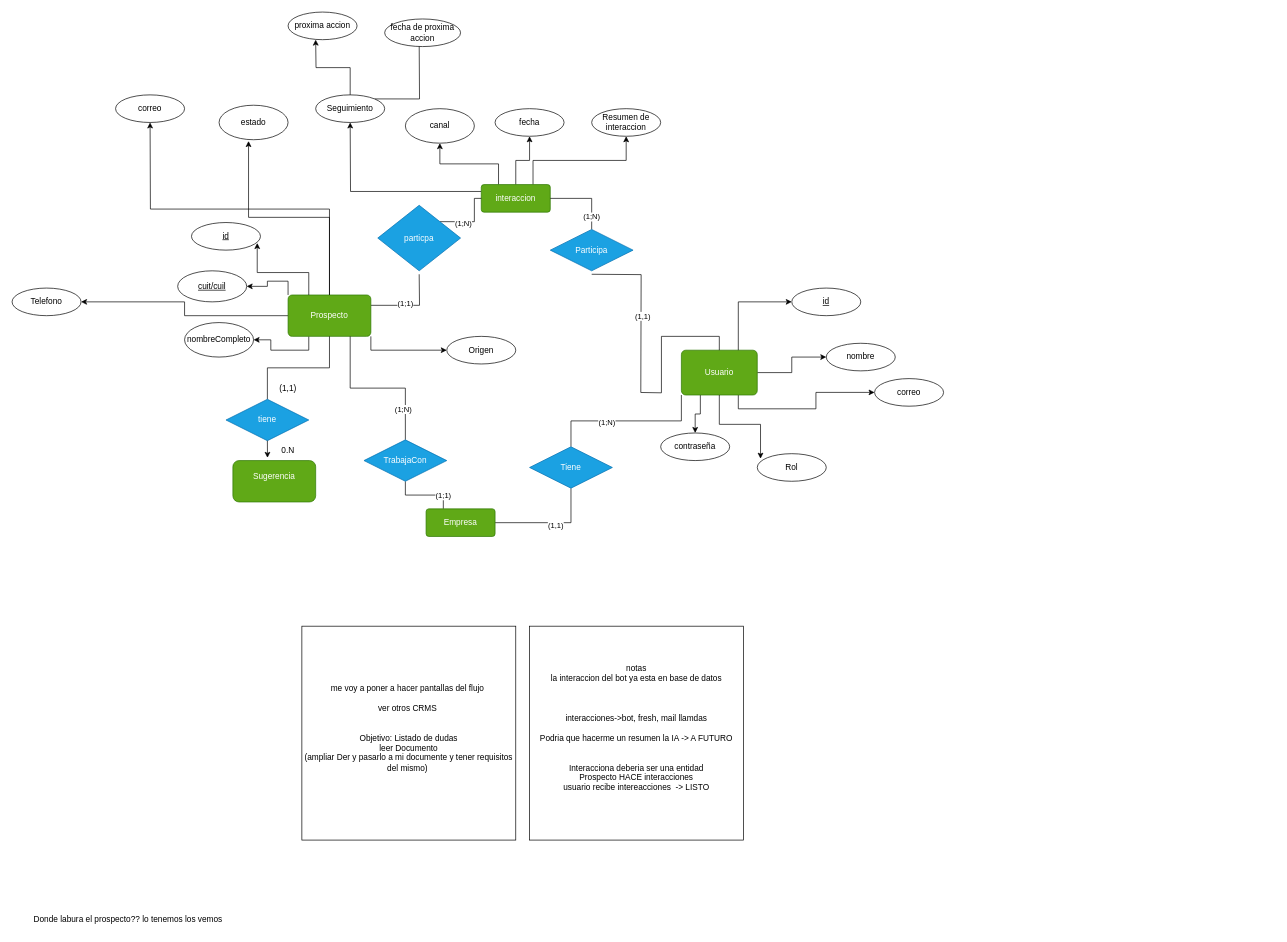
Before: docs/datatabase/bdd.drawio in juanbalella20/CRM-INTERNO-SOS, a draw.io diagram. Source tidied: cells renumbered, new cells numbered last; positions are measured from the earlier drawing's top-left corner, leaving out a move shared by most shapes. Both pictures are drawn from the tidied source at 69%, with x=0, y=0 at pixel (12, 12).
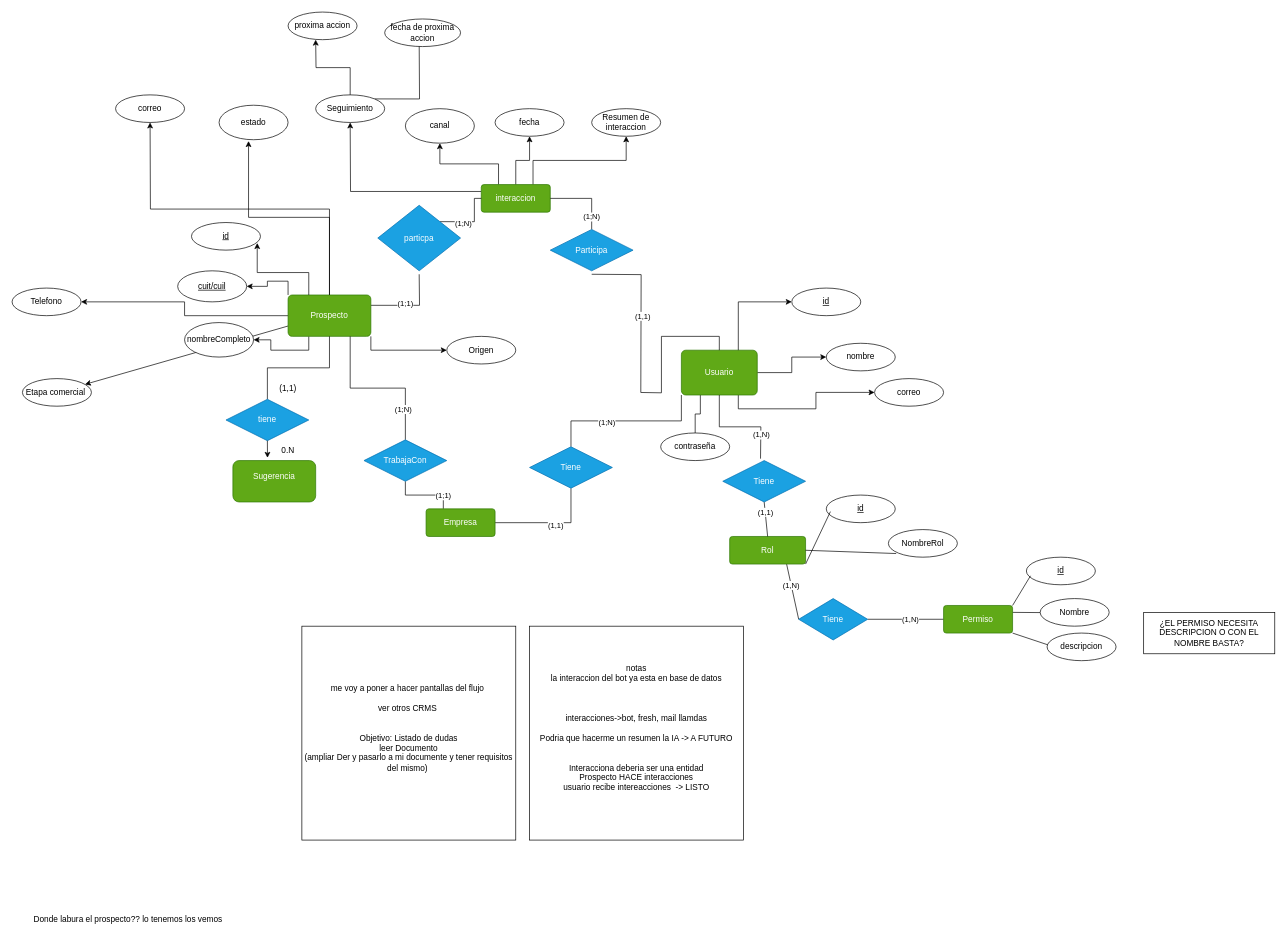
The same page after the edit.

The change refers to these unchanged cells:
```xml
<mxCell id="9" value="Prospecto" style="rounded=1;arcSize=10;whiteSpace=wrap;html=1;align=center;fillColor=#60a917;fontColor=#ffffff;strokeColor=#2D7600;" parent="1" vertex="1">
  <mxGeometry x="400" y="410" width="120" height="60" as="geometry" />
</mxCell>
<mxCell id="13" value="Usuario" style="rounded=1;arcSize=10;whiteSpace=wrap;html=1;align=center;fillColor=#60a917;fontColor=#ffffff;strokeColor=#2D7600;" parent="1" vertex="1">
  <mxGeometry x="970" y="490" width="110" height="65" as="geometry" />
</mxCell>
<mxCell id="36" value="nombre" style="ellipse;whiteSpace=wrap;html=1;align=center;" parent="1" vertex="1">
  <mxGeometry x="1180" y="480" width="100" height="40" as="geometry" />
</mxCell>
<mxCell id="42" value="contraseña" style="ellipse;whiteSpace=wrap;html=1;align=center;" parent="1" vertex="1">
  <mxGeometry x="940" y="610" width="100" height="40" as="geometry" />
</mxCell>
```

Diff of the diagram source:
```diff
@@
-<mxGraphModel>
+<mxGraphModel background="#ffffff">
@@
+    <mxCell id="73" style="edgeStyle=none;html=1;exitX=0;exitY=0.75;exitDx=0;exitDy=0;" parent="1" edge="1" source="9" target="95">
+      <mxGeometry relative="1" as="geometry" />
+    </mxCell>
@@
-    <mxCell id="10" style="edgeStyle=orthogonalEdgeStyle;rounded=0;jettySize=auto;html=1;exitX=1;exitY=0.5;exitDx=0;exitDy=0;" parent="1" edge="1" source="13" target="36">
+    <mxCell id="10" style="edgeStyle=orthogonalEdgeStyle;rounded=0;jettySize=auto;html=1;exitX=1;exitY=0.5;exitDx=0;exitDy=0;endArrow=classic;endFill=1;" parent="1" edge="1" source="13" target="36">
       <mxGeometry relative="1" as="geometry" />
     </mxCell>
@@
-    <mxCell id="12" style="edgeStyle=orthogonalEdgeStyle;rounded=0;jettySize=auto;html=1;exitX=0.25;exitY=1;exitDx=0;exitDy=0;entryX=0.5;entryY=0;entryDx=0;entryDy=0;" parent="1" edge="1" source="13" target="42">
+    <mxCell id="12" style="edgeStyle=orthogonalEdgeStyle;rounded=0;jettySize=auto;html=1;exitX=0.25;exitY=1;exitDx=0;exitDy=0;entryX=0.5;entryY=0;entryDx=0;entryDy=0;endArrow=none;endFill=0;" parent="1" edge="1" source="13" target="42">
       <mxGeometry relative="1" as="geometry" />
     </mxCell>
@@
-    <mxCell id="44" value="Rol" style="ellipse;whiteSpace=wrap;html=1;align=center;" parent="1" vertex="1">
-      <mxGeometry x="1080" y="640" width="100" height="40" as="geometry" />
-    </mxCell>
-    <mxCell id="45" style="edgeStyle=orthogonalEdgeStyle;rounded=0;jettySize=auto;html=1;exitX=0.5;exitY=1;exitDx=0;exitDy=0;entryX=0.047;entryY=0.181;entryDx=0;entryDy=0;entryPerimeter=0;" parent="1" edge="1" source="13" target="44">
-      <mxGeometry relative="1" as="geometry" />
+    <mxCell id="45" style="edgeStyle=orthogonalEdgeStyle;rounded=0;jettySize=auto;html=1;exitX=0.5;exitY=1;exitDx=0;exitDy=0;entryX=0.047;entryY=0.181;entryDx=0;entryDy=0;entryPerimeter=0;endArrow=none;endFill=0;" parent="1" edge="1" source="13">
+      <mxGeometry relative="1" as="geometry">
+        <mxPoint x="1084.7" y="647.2" as="targetPoint" />
+      </mxGeometry>
     </mxCell>
+    <mxCell id="74" value="(1,N)" style="edgeLabel;html=1;align=center;verticalAlign=middle;" parent="45" vertex="1">
+      <mxGeometry x="0.55" relative="1" as="geometry" />
+    </mxCell>
@@
+    <mxCell id="75" style="edgeStyle=none;html=1;exitX=0.75;exitY=1;exitDx=0;exitDy=0;entryX=0;entryY=0.5;entryDx=0;entryDy=0;endArrow=none;endFill=0;" parent="1" edge="1" source="44" target="86">
+      <mxGeometry relative="1" as="geometry" />
+    </mxCell>
+    <mxCell id="76" value="(1,N)" style="edgeLabel;html=1;align=center;verticalAlign=middle;" parent="75" vertex="1">
+      <mxGeometry x="-0.25" y="-1" relative="1" as="geometry" />
+    </mxCell>
+    <mxCell id="44" value="Rol" style="rounded=1;arcSize=10;whiteSpace=wrap;html=1;align=center;fillColor=#60a917;fontColor=#ffffff;strokeColor=#2D7600;" parent="1" vertex="1">
+      <mxGeometry x="1040" y="760" width="110" height="40" as="geometry" />
+    </mxCell>
+    <mxCell id="77" style="edgeStyle=none;html=1;exitX=0.5;exitY=1;exitDx=0;exitDy=0;entryX=0.5;entryY=0;entryDx=0;entryDy=0;endArrow=none;endFill=0;" parent="1" edge="1" source="79" target="44">
+      <mxGeometry relative="1" as="geometry" />
+    </mxCell>
+    <mxCell id="78" value="(1,1)" style="edgeLabel;html=1;align=center;verticalAlign=middle;" parent="77" vertex="1">
+      <mxGeometry x="-0.4" relative="1" as="geometry" />
+    </mxCell>
+    <mxCell id="79" value="Tiene" style="shape=rhombus;perimeter=rhombusPerimeter;whiteSpace=wrap;html=1;align=center;fillColor=#1ba1e2;strokeColor=#006EAF;fontColor=#ffffff;" parent="1" vertex="1">
+      <mxGeometry x="1030" y="650" width="120" height="60" as="geometry" />
+    </mxCell>
+    <mxCell id="80" value="id" style="ellipse;whiteSpace=wrap;html=1;align=center;fontStyle=4;" parent="1" vertex="1">
+      <mxGeometry x="1180" y="700" width="100" height="40" as="geometry" />
+    </mxCell>
+    <mxCell id="81" style="edgeStyle=none;html=1;exitX=1;exitY=1;exitDx=0;exitDy=0;endArrow=none;endFill=0;" parent="1" edge="1" source="44">
+      <mxGeometry relative="1" as="geometry">
+        <mxPoint x="1186" y="724" as="targetPoint" />
+      </mxGeometry>
+    </mxCell>
+    <mxCell id="82" value="NombreRol" style="ellipse;whiteSpace=wrap;html=1;align=center;" parent="1" vertex="1">
+      <mxGeometry x="1270" y="750" width="100" height="40" as="geometry" />
+    </mxCell>
+    <mxCell id="83" style="edgeStyle=none;html=1;exitX=1;exitY=0.5;exitDx=0;exitDy=0;entryX=0.113;entryY=0.868;entryDx=0;entryDy=0;entryPerimeter=0;endArrow=none;endFill=0;" parent="1" edge="1" source="44" target="82">
+      <mxGeometry relative="1" as="geometry" />
+    </mxCell>
+    <mxCell id="84" style="edgeStyle=none;html=1;exitX=1;exitY=0.5;exitDx=0;exitDy=0;entryX=0;entryY=0.5;entryDx=0;entryDy=0;endArrow=none;endFill=0;" parent="1" edge="1" source="86" target="89">
+      <mxGeometry relative="1" as="geometry" />
+    </mxCell>
+    <mxCell id="85" value="(1,N)" style="edgeLabel;html=1;align=center;verticalAlign=middle;" parent="84" vertex="1">
+      <mxGeometry x="0.11" relative="1" as="geometry" />
+    </mxCell>
+    <mxCell id="86" value="Tiene" style="shape=rhombus;perimeter=rhombusPerimeter;whiteSpace=wrap;html=1;align=center;fillColor=#1ba1e2;fontColor=#ffffff;strokeColor=#006EAF;" parent="1" vertex="1">
+      <mxGeometry x="1140" y="850" width="100" height="60" as="geometry" />
+    </mxCell>
+    <mxCell id="87" style="edgeStyle=none;html=1;exitX=1;exitY=0.25;exitDx=0;exitDy=0;endArrow=none;endFill=0;" parent="1" edge="1" source="89">
+      <mxGeometry relative="1" as="geometry">
+        <mxPoint x="1490" y="870.3" as="targetPoint" />
+      </mxGeometry>
+    </mxCell>
+    <mxCell id="88" style="edgeStyle=none;html=1;exitX=1;exitY=1;exitDx=0;exitDy=0;" parent="1" edge="1" source="89">
+      <mxGeometry relative="1" as="geometry">
+        <mxPoint x="1510" y="920" as="targetPoint" />
+      </mxGeometry>
+    </mxCell>
+    <mxCell id="89" value="Permiso" style="rounded=1;arcSize=10;whiteSpace=wrap;html=1;align=center;fillColor=#60a917;fontColor=#ffffff;strokeColor=#2D7600;" parent="1" vertex="1">
+      <mxGeometry x="1350" y="860" width="100" height="40" as="geometry" />
+    </mxCell>
+    <mxCell id="90" value="id" style="ellipse;whiteSpace=wrap;html=1;align=center;fontStyle=4;" parent="1" vertex="1">
+      <mxGeometry x="1470" y="790" width="100" height="40" as="geometry" />
+    </mxCell>
+    <mxCell id="91" style="edgeStyle=none;html=1;exitX=1;exitY=0;exitDx=0;exitDy=0;entryX=0.06;entryY=0.675;entryDx=0;entryDy=0;entryPerimeter=0;endArrow=none;endFill=0;" parent="1" edge="1" source="89" target="90">
+      <mxGeometry relative="1" as="geometry" />
+    </mxCell>
+    <mxCell id="92" value="Nombre" style="ellipse;whiteSpace=wrap;html=1;align=center;" parent="1" vertex="1">
+      <mxGeometry x="1490" y="850" width="100" height="40" as="geometry" />
+    </mxCell>
+    <mxCell id="93" value="descripcion" style="ellipse;whiteSpace=wrap;html=1;align=center;" parent="1" vertex="1">
+      <mxGeometry x="1500" y="900" width="100" height="40" as="geometry" />
+    </mxCell>
+    <mxCell id="94" value="¿EL PERMISO NECESITA DESCRIPCION O CON EL NOMBRE BASTA?" style="rounded=0;whiteSpace=wrap;html=1;" parent="1" vertex="1">
+      <mxGeometry x="1640" y="870" width="190" height="60" as="geometry" />
+    </mxCell>
+    <mxCell id="95" value="Etapa comercial&amp;nbsp;" style="ellipse;whiteSpace=wrap;html=1;align=center;" parent="1" vertex="1">
+      <mxGeometry x="15" y="531.2" width="100" height="40" as="geometry" />
+    </mxCell>
```
